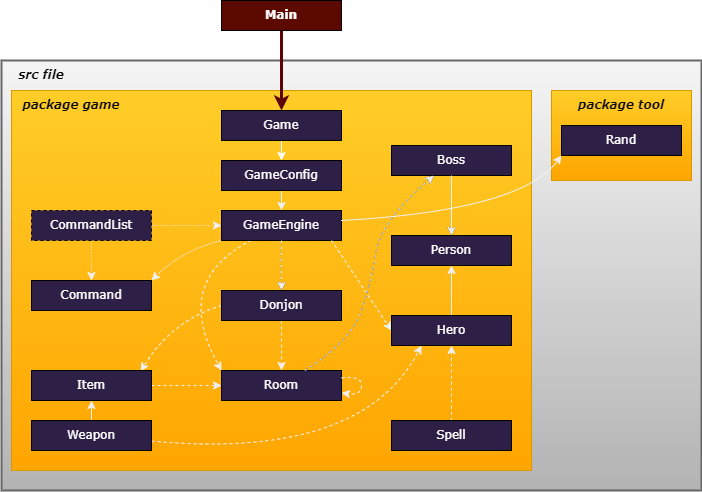
This is Jeux_RPG/diagram.drawio.png from Vivien-Parsis/Jeux-rpg, a draw.io export, as it was before one commit. Source tidied: cells renumbered, new cells last; positions are measured from the earlier drawing's top-left corner, leaving out a move shared by most shapes.
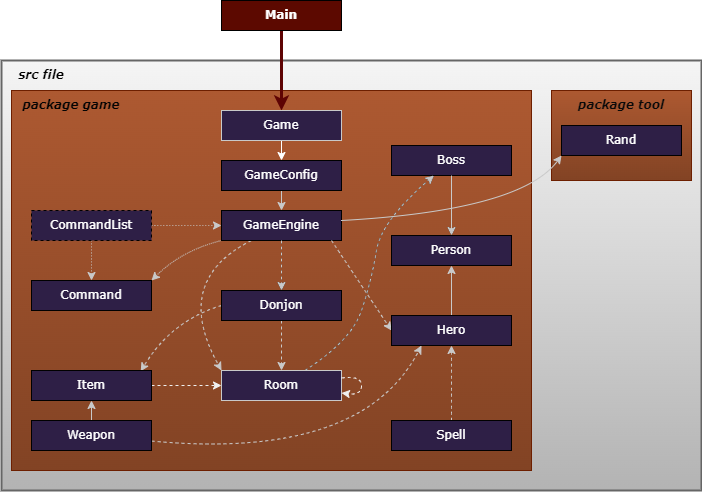
Later version of the same file.

Commit message:
chnged diagram

The edit, as a diff of the source:
```diff
@@ -5,10 +5,10 @@
     <mxCell id="2" style="rounded=0.5;whiteSpace=wrap;html=1;strokeWidth=2;fillColor=#f5f5f5;strokeColor=#666666;gradientColor=#b3b3b3;" parent="1" vertex="1">
       <mxGeometry y="60" width="700" height="430" as="geometry" />
     </mxCell>
-    <mxCell id="3" style="rounded=0;whiteSpace=wrap;html=1;fillColor=#ffcd28;gradientColor=#ffa500;strokeColor=#d79b00;" parent="1" vertex="1">
+    <mxCell id="3" style="rounded=0;whiteSpace=wrap;html=1;fillColor=#AD5931;gradientColor=#824324;strokeColor=#6D1F00;fontColor=#ffffff;gradientDirection=south;" parent="1" vertex="1">
       <mxGeometry x="550" y="90" width="140" height="90" as="geometry" />
     </mxCell>
-    <mxCell id="4" style="rounded=0;whiteSpace=wrap;html=1;fillColor=#ffcd28;gradientColor=#ffa500;strokeColor=#d79b00;" parent="1" vertex="1">
+    <mxCell id="4" style="rounded=0;whiteSpace=wrap;html=1;fillColor=#AD5931;strokeColor=#6D1F00;fontColor=#ffffff;gradientColor=#824324;gradientDirection=south;" parent="1" vertex="1">
       <mxGeometry x="10" y="90" width="520" height="380" as="geometry" />
     </mxCell>
     <mxCell id="5" style="edgeStyle=none;html=1;strokeColor=#5e0303;strokeWidth=3;fontColor=#FFFAFA;" parent="1" edge="1" source="6" target="42">
@@ -17,7 +17,7 @@
     <mxCell id="6" value="Main" style="rounded=0;whiteSpace=wrap;html=1;fontFamily=Verdana;fillColor=#5C0900;fontStyle=1;fontColor=#ffffff;" parent="1" vertex="1">
       <mxGeometry x="220" width="120" height="30" as="geometry" />
     </mxCell>
-    <mxCell id="7" style="edgeStyle=none;html=1;fontColor=#FFFAFA;strokeColor=#F0F0F0;" parent="1" edge="1" source="8" target="12">
+    <mxCell id="7" style="edgeStyle=none;html=1;fontColor=#FFFAFA;strokeColor=#C9C9C9;" parent="1" edge="1" source="8" target="12">
       <mxGeometry relative="1" as="geometry" />
     </mxCell>
     <mxCell id="8" value="GameConfig" style="rounded=0;whiteSpace=wrap;html=1;fillStyle=auto;fillColor=#2E1F46;fontFamily=Verdana;fontColor=#ffffff;" parent="1" vertex="1">
@@ -26,14 +26,14 @@
     <mxCell id="9" style="edgeStyle=none;html=1;dashed=1;fontColor=#ffffff;" parent="1" edge="1" source="12" target="15">
       <mxGeometry relative="1" as="geometry" />
     </mxCell>
-    <mxCell id="10" style="edgeStyle=none;curved=1;html=1;entryX=0;entryY=0;entryDx=0;entryDy=0;dashed=1;fontColor=#FFFAFA;strokeColor=#F0F0F0;" parent="1" edge="1" source="12" target="28">
+    <mxCell id="10" style="edgeStyle=none;curved=1;html=1;entryX=0;entryY=0;entryDx=0;entryDy=0;dashed=1;fontColor=#FFFAFA;strokeColor=#C9C9C9;" parent="1" edge="1" source="12" target="28">
       <mxGeometry relative="1" as="geometry">
         <Array as="points">
           <mxPoint x="170" y="280" />
         </Array>
       </mxGeometry>
     </mxCell>
-    <mxCell id="11" style="edgeStyle=none;html=1;entryX=1;entryY=0;entryDx=0;entryDy=0;dashed=1;dashPattern=1 1;fontFamily=Verdana;exitX=0;exitY=1;exitDx=0;exitDy=0;curved=1;fontColor=#FFFAFA;strokeColor=#F0F0F0;" parent="1" edge="1" source="12" target="32">
+    <mxCell id="11" style="edgeStyle=none;html=1;entryX=1;entryY=0;entryDx=0;entryDy=0;dashed=1;dashPattern=1 1;fontFamily=Verdana;exitX=0;exitY=1;exitDx=0;exitDy=0;curved=1;fontColor=#FFFAFA;strokeColor=#C9C9C9;" parent="1" edge="1" source="12" target="32">
       <mxGeometry relative="1" as="geometry">
         <Array as="points">
           <mxPoint x="180" y="250" />
@@ -43,10 +43,10 @@
     <mxCell id="12" value="GameEngine" style="rounded=0;whiteSpace=wrap;html=1;fillStyle=auto;fillColor=#2E1F46;fontFamily=Verdana;fontColor=#ffffff;" parent="1" vertex="1">
       <mxGeometry x="220" y="210" width="120" height="30" as="geometry" />
     </mxCell>
-    <mxCell id="13" style="edgeStyle=none;html=1;dashed=1;fontColor=#ffffff;strokeColor=#F0F0F0;" parent="1" edge="1" source="15" target="28">
+    <mxCell id="13" style="edgeStyle=none;html=1;dashed=1;fontColor=#ffffff;strokeColor=#C9C9C9;" parent="1" edge="1" source="15" target="28">
       <mxGeometry relative="1" as="geometry" />
     </mxCell>
-    <mxCell id="14" style="edgeStyle=none;curved=1;html=1;entryX=0.91;entryY=0.027;entryDx=0;entryDy=0;dashed=1;exitX=0;exitY=0.5;exitDx=0;exitDy=0;entryPerimeter=0;fontColor=#FFFAFA;strokeColor=#F0F0F0;" parent="1" edge="1" source="15" target="23">
+    <mxCell id="14" style="edgeStyle=none;curved=1;html=1;entryX=0.91;entryY=0.027;entryDx=0;entryDy=0;dashed=1;exitX=0;exitY=0.5;exitDx=0;exitDy=0;entryPerimeter=0;fontColor=#FFFAFA;strokeColor=#C9C9C9;" parent="1" edge="1" source="15" target="23">
       <mxGeometry relative="1" as="geometry">
         <Array as="points">
           <mxPoint x="170" y="320" />
@@ -65,10 +65,10 @@
     <mxCell id="18" value="Boss" style="rounded=0;whiteSpace=wrap;html=1;fillStyle=auto;fillColor=#2E1F46;fontFamily=Verdana;fontColor=#ffffff;" parent="1" vertex="1">
       <mxGeometry x="390" y="145" width="120" height="30" as="geometry" />
     </mxCell>
-    <mxCell id="19" style="edgeStyle=none;html=1;fontColor=#FFFAFA;strokeColor=#F0F0F0;" parent="1" edge="1" source="21" target="16">
+    <mxCell id="19" style="edgeStyle=none;html=1;fontColor=#FFFAFA;strokeColor=#C9C9C9;" parent="1" edge="1" source="21" target="16">
       <mxGeometry relative="1" as="geometry" />
     </mxCell>
-    <mxCell id="20" style="edgeStyle=none;html=1;entryX=0;entryY=0.5;entryDx=0;entryDy=0;dashed=1;curved=1;fontColor=#FFFAFA;strokeColor=#F0F0F0;" parent="1" edge="1" target="21">
+    <mxCell id="20" style="edgeStyle=none;html=1;entryX=0;entryY=0.5;entryDx=0;entryDy=0;dashed=1;curved=1;fontColor=#FFFAFA;strokeColor=#C9C9C9;" parent="1" edge="1" target="21">
       <mxGeometry relative="1" as="geometry">
         <mxPoint x="330" y="240" as="sourcePoint" />
       </mxGeometry>
@@ -82,10 +82,10 @@
     <mxCell id="23" value="Item" style="rounded=0;whiteSpace=wrap;html=1;fillStyle=auto;fillColor=#2E1F46;fontFamily=Verdana;fontColor=#ffffff;" parent="1" vertex="1">
       <mxGeometry x="30" y="370" width="120" height="30" as="geometry" />
     </mxCell>
-    <mxCell id="24" style="edgeStyle=none;html=1;fontColor=#FFFAFA;strokeColor=#F0F0F0;" parent="1" edge="1" source="26" target="23">
+    <mxCell id="24" style="edgeStyle=none;html=1;fontColor=#FFFAFA;strokeColor=#C9C9C9;" parent="1" edge="1" source="26" target="23">
       <mxGeometry relative="1" as="geometry" />
     </mxCell>
-    <mxCell id="25" style="edgeStyle=none;html=1;entryX=0.25;entryY=1;entryDx=0;entryDy=0;dashed=1;curved=1;fontColor=#FFFAFA;strokeColor=#F0F0F0;" parent="1" edge="1" source="26" target="21">
+    <mxCell id="25" style="edgeStyle=none;html=1;entryX=0.25;entryY=1;entryDx=0;entryDy=0;dashed=1;curved=1;fontColor=#FFFAFA;strokeColor=#C9C9C9;" parent="1" edge="1" source="26" target="21">
       <mxGeometry relative="1" as="geometry">
         <Array as="points">
           <mxPoint x="360" y="460" />
@@ -104,13 +104,13 @@
         </Array>
       </mxGeometry>
     </mxCell>
-    <mxCell id="28" value="Room" style="rounded=0;whiteSpace=wrap;html=1;fillStyle=auto;fillColor=#2E1F46;fontFamily=Verdana;fontColor=#ffffff;" parent="1" vertex="1">
+    <mxCell id="28" value="Room" style="rounded=0;whiteSpace=wrap;html=1;fillStyle=auto;fillColor=#2E1F46;fontFamily=Verdana;fontColor=#ffffff;strokeColor=#C9C9C9;" parent="1" vertex="1">
       <mxGeometry x="220" y="370" width="120" height="30" as="geometry" />
     </mxCell>
     <mxCell id="29" style="edgeStyle=none;curved=1;html=1;dashed=1;fontColor=#FFFAFA;strokeColor=#F0F0F0;" parent="1" edge="1" source="28" target="28">
       <mxGeometry relative="1" as="geometry" />
     </mxCell>
-    <mxCell id="30" style="edgeStyle=none;curved=1;html=1;dashed=1;fontColor=#FFFAFA;strokeColor=#F0F0F0;" parent="1" edge="1" source="31" target="21">
+    <mxCell id="30" style="edgeStyle=none;curved=1;html=1;dashed=1;fontColor=#FFFAFA;strokeColor=#C9C9C9;" parent="1" edge="1" source="31" target="21">
       <mxGeometry relative="1" as="geometry" />
     </mxCell>
     <mxCell id="31" value="Spell" style="rounded=0;whiteSpace=wrap;html=1;fillStyle=auto;fillColor=#2E1F46;fontFamily=Verdana;fontColor=#ffffff;" parent="1" vertex="1">
@@ -122,12 +122,12 @@
     <mxCell id="33" style="edgeStyle=none;curved=1;html=1;dashed=1;strokeWidth=1;strokeColor=none;dashPattern=1 4;fontColor=#ffffff;" parent="1" edge="1" source="36" target="12">
       <mxGeometry relative="1" as="geometry" />
     </mxCell>
-    <mxCell id="34" style="edgeStyle=none;curved=1;html=1;dashed=1;dashPattern=1 2;strokeWidth=1;fontColor=#FFFAFA;strokeColor=#F0F0F0;" parent="1" edge="1" source="36">
+    <mxCell id="34" style="edgeStyle=none;curved=1;html=1;dashed=1;dashPattern=1 2;strokeWidth=1;fontColor=#FFFAFA;strokeColor=#C9C9C9;" parent="1" edge="1" source="36">
       <mxGeometry relative="1" as="geometry">
         <mxPoint x="220" y="225" as="targetPoint" />
       </mxGeometry>
     </mxCell>
-    <mxCell id="35" style="edgeStyle=none;curved=1;html=1;dashed=1;dashPattern=1 2;strokeWidth=1;fontColor=#FFFAFA;strokeColor=#F0F0F0;" parent="1" edge="1" source="36" target="32">
+    <mxCell id="35" style="edgeStyle=none;curved=1;html=1;dashed=1;dashPattern=1 2;strokeWidth=1;fontColor=#FFFAFA;strokeColor=#C9C9C9;" parent="1" edge="1" source="36" target="32">
       <mxGeometry relative="1" as="geometry" />
     </mxCell>
     <mxCell id="36" value="CommandList" style="rounded=0;whiteSpace=wrap;html=1;dashed=1;fillStyle=auto;fillColor=#2E1F46;fontFamily=Verdana;fontColor=#ffffff;" parent="1" vertex="1">
@@ -136,13 +136,13 @@
     <mxCell id="37" value="&lt;font face=&quot;Verdana&quot;&gt;package game&lt;/font&gt;" style="text;html=1;align=center;verticalAlign=middle;whiteSpace=wrap;rounded=0;fontStyle=3;fontColor=#030303;" parent="1" vertex="1">
       <mxGeometry x="20" y="90" width="100" height="30" as="geometry" />
     </mxCell>
-    <mxCell id="38" style="edgeStyle=none;html=1;fontColor=#FFFAFA;strokeColor=#F0F0F0;" parent="1" edge="1">
+    <mxCell id="38" style="edgeStyle=none;html=1;fontColor=#FFFAFA;strokeColor=#C9C9C9;" parent="1" edge="1">
       <mxGeometry relative="1" as="geometry">
         <mxPoint x="450" y="175" as="sourcePoint" />
         <mxPoint x="450" y="235" as="targetPoint" />
       </mxGeometry>
     </mxCell>
-    <mxCell id="39" style="edgeStyle=none;html=1;dashed=1;curved=1;fontColor=#FFFAFA;strokeColor=#F0F0F0;" parent="1" edge="1">
+    <mxCell id="39" style="edgeStyle=none;html=1;dashed=1;curved=1;fontColor=#FFFAFA;strokeColor=#C9C9C9;" parent="1" edge="1">
       <mxGeometry relative="1" as="geometry">
         <mxPoint x="303.3" y="370" as="sourcePoint" />
         <mxPoint x="432.5" y="175" as="targetPoint" />
@@ -153,7 +153,7 @@
         </Array>
       </mxGeometry>
     </mxCell>
-    <mxCell id="40" style="edgeStyle=none;html=1;dashed=1;fontColor=#ffffff;strokeColor=#F0F0F0;" parent="1" edge="1">
+    <mxCell id="40" style="edgeStyle=none;html=1;dashed=1;fontColor=#ffffff;strokeColor=#C9C9C9;" parent="1" edge="1">
       <mxGeometry relative="1" as="geometry">
         <mxPoint x="280" y="240" as="sourcePoint" />
         <mxPoint x="280" y="290" as="targetPoint" />
@@ -162,10 +162,10 @@
     <mxCell id="41" style="edgeStyle=none;html=1;entryX=0.5;entryY=0;entryDx=0;entryDy=0;strokeColor=#ffffff;strokeWidth=1;fontColor=#FFFAFA;" parent="1" edge="1" source="42" target="8">
       <mxGeometry relative="1" as="geometry" />
     </mxCell>
-    <mxCell id="42" value="Game" style="rounded=0;whiteSpace=wrap;html=1;fillStyle=auto;fillColor=#2E1F46;fontFamily=Verdana;fontColor=#ffffff;" parent="1" vertex="1">
+    <mxCell id="42" value="Game" style="rounded=0;whiteSpace=wrap;html=1;fillStyle=auto;fillColor=#2E1F46;fontFamily=Verdana;fontColor=#ffffff;strokeColor=#C9C9C9;" parent="1" vertex="1">
       <mxGeometry x="220" y="110" width="120" height="30" as="geometry" />
     </mxCell>
-    <mxCell id="43" style="edgeStyle=none;html=1;entryX=0;entryY=1;entryDx=0;entryDy=0;strokeColor=#F0F0F0;curved=1;" parent="1" edge="1" target="44">
+    <mxCell id="43" style="edgeStyle=none;html=1;entryX=0;entryY=1;entryDx=0;entryDy=0;strokeColor=#C9C9C9;curved=1;" parent="1" edge="1" target="44">
       <mxGeometry relative="1" as="geometry">
         <mxPoint x="340" y="220" as="sourcePoint" />
         <Array as="points">
```
